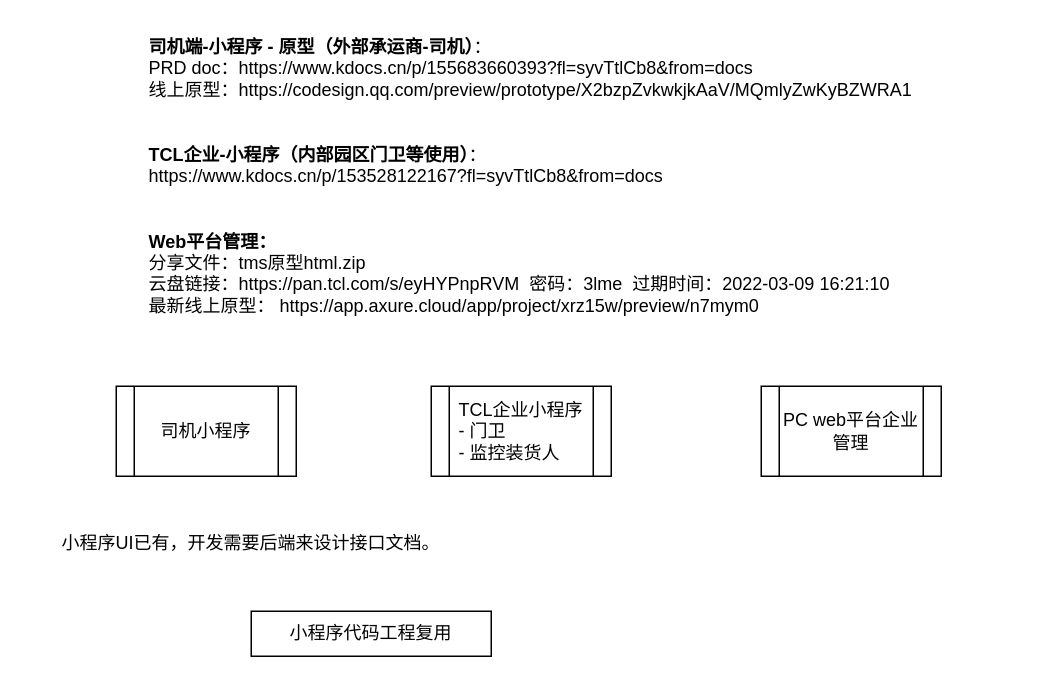
Before: page "触点端" (1 of 11) of TMS.drawio in lawplus/diagrams, a draw.io diagram. Source tidied: cells renumbered, new cells numbered last; positions are measured from the earlier drawing's top-left corner, leaving out a move shared by most shapes. Both pictures are drawn from the tidied source at 150%, with x=0, y=0 at pixel (26, 26).
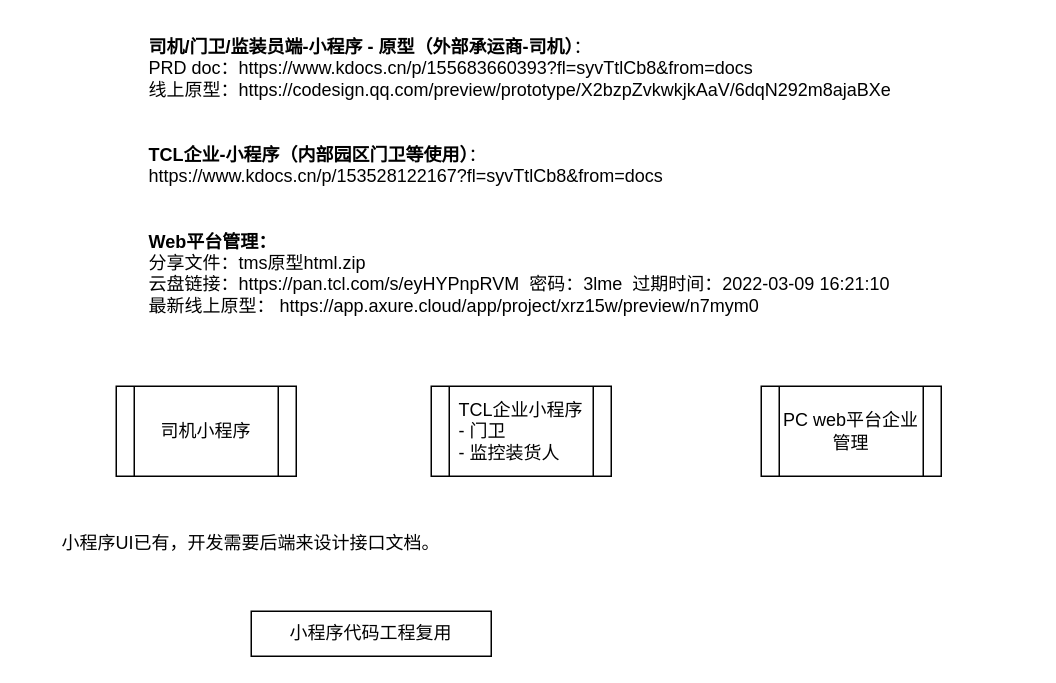
Above is the later version.

What changed in the source:
```diff
@@
 <mxGraphModel>
   <root>
     <mxCell id="0" />
     <mxCell id="1" parent="0" />
-    <mxCell id="2" value="&lt;b&gt;司机端-小程序 - 原型（外部承运商-司机）&lt;/b&gt;：&amp;nbsp;&lt;br&gt;PRD doc：https://www.kdocs.cn/p/155683660393?fl=syvTtlCb8&amp;amp;from=docs &lt;br&gt;线上原型：https://codesign.qq.com/preview/prototype/X2bzpZvkwkjkAaV/MQmlyZwKyBZWRA1&lt;br&gt;&lt;br&gt;&lt;br&gt;&lt;b&gt;TCL企业-小程序（内部园区门卫等使用）&lt;/b&gt;：&lt;br&gt;https://www.kdocs.cn/p/153528122167?fl=syvTtlCb8&amp;amp;from=docs&lt;br&gt;&lt;br&gt;&lt;br&gt;&lt;b&gt;Web平台管理：&lt;/b&gt;&lt;br&gt;&lt;div&gt;分享文件：tms原型html.zip&lt;/div&gt;&lt;div&gt;云盘链接：https://pan.tcl.com/s/eyHYPnpRVM&amp;nbsp; 密码：3lme&amp;nbsp; 过期时间：2022-03-09 16:21:10&lt;/div&gt;&lt;div&gt;最新线上原型：&amp;nbsp;https://app.axure.cloud/app/project/xrz15w/preview/n7mym0&lt;/div&gt;" style="text;whiteSpace=wrap;html=1;" parent="1" vertex="1">
+    <mxCell id="2" value="&lt;b&gt;司机/门卫/监装员端-小程序 - 原型（外部承运商-司机）&lt;/b&gt;：&amp;nbsp;&lt;br&gt;PRD doc：https://www.kdocs.cn/p/155683660393?fl=syvTtlCb8&amp;amp;from=docs &lt;br&gt;线上原型：https://codesign.qq.com/preview/prototype/X2bzpZvkwkjkAaV/6dqN292m8ajaBXe&lt;br&gt;&lt;br&gt;&lt;br&gt;&lt;b&gt;TCL企业-小程序（内部园区门卫等使用）&lt;/b&gt;：&lt;br&gt;https://www.kdocs.cn/p/153528122167?fl=syvTtlCb8&amp;amp;from=docs&lt;br&gt;&lt;br&gt;&lt;br&gt;&lt;b&gt;Web平台管理：&lt;/b&gt;&lt;br&gt;&lt;div&gt;分享文件：tms原型html.zip&lt;/div&gt;&lt;div&gt;云盘链接：https://pan.tcl.com/s/eyHYPnpRVM&amp;nbsp; 密码：3lme&amp;nbsp; 过期时间：2022-03-09 16:21:10&lt;/div&gt;&lt;div&gt;最新线上原型：&amp;nbsp;https://app.axure.cloud/app/project/xrz15w/preview/n7mym0&lt;/div&gt;" style="text;whiteSpace=wrap;html=1;" parent="1" vertex="1">
       <mxGeometry x="80" width="590" height="200" as="geometry" />
     </mxCell>
     <mxCell id="3" value="司机小程序" style="shape=process;whiteSpace=wrap;html=1;backgroundOutline=1;" parent="1" vertex="1">
       <mxGeometry x="60" y="240" width="120" height="60" as="geometry" />
     </mxCell>
     <mxCell id="4" value="TCL企业小程序&lt;br&gt;&lt;div style=&quot;text-align: left&quot;&gt;&lt;span&gt;- 门卫&lt;/span&gt;&lt;/div&gt;&lt;div style=&quot;text-align: left&quot;&gt;&lt;span&gt;- 监控装货人&lt;/span&gt;&lt;/div&gt;" style="shape=process;whiteSpace=wrap;html=1;backgroundOutline=1;" parent="1" vertex="1">
       <mxGeometry x="270" y="240" width="120" height="60" as="geometry" />
     </mxCell>
     <mxCell id="5" value="小程序代码工程复用" style="rounded=0;whiteSpace=wrap;html=1;" parent="1" vertex="1">
       <mxGeometry x="150" y="390" width="160" height="30" as="geometry" />
     </mxCell>
     <mxCell id="6" value="PC web平台企业管理" style="shape=process;whiteSpace=wrap;html=1;backgroundOutline=1;" parent="1" vertex="1">
       <mxGeometry x="490" y="240" width="120" height="60" as="geometry" />
     </mxCell>
     <mxCell id="7" value="小程序UI已有，开发需要后端来设计接口文档。" style="text;html=1;strokeColor=none;fillColor=none;align=center;verticalAlign=middle;whiteSpace=wrap;rounded=0;" parent="1" vertex="1">
       <mxGeometry y="330" width="300" height="30" as="geometry" />
     </mxCell>
   </root>
 </mxGraphModel>
```
